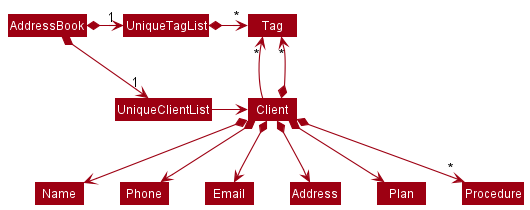
The PlantUML diagram docs/images/BetterModelClassDiagram.png in nus-cs2103-AY2122S2/tp, before a commit.
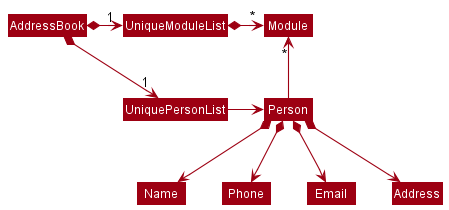
The same diagram one commit later.

Diff of the diagram source:
```diff
@@ -4,21 +4,18 @@
 skinparam arrowColor MODEL_COLOR
 skinparam classBackgroundColor MODEL_COLOR
 
-AddressBook *-right-> "1" UniqueClientList
-AddressBook *-right-> "1" UniqueTagList
-UniqueTagList -[hidden]down- UniqueClientList
-UniqueTagList -[hidden]down- UniqueClientList
+AddressBook *-right-> "1" UniquePersonList
+AddressBook *-right-> "1" UniqueModuleList
+UniqueModuleList -[hidden]down- UniquePersonList
+UniqueModuleList -[hidden]down- UniquePersonList
 
-UniqueTagList *-right-> "*" Tag
-UniqueClientList -right-> Client
+UniqueModuleList *-right-> "*" Module
+UniquePersonList -right-> Person
 
-Client -up-> "*" Tag
+Person -up-> "*" Module
 
-Client *--> Name
-Client *--> Phone
-Client *--> Email
-Client *--> Address
-Client *--> Plan
-Client *--> "*" Tag
-Client *--> "*" Procedure
+Person *--> Name
+Person *--> Phone
+Person *--> Email
+Person *--> Address
 @enduml
```
